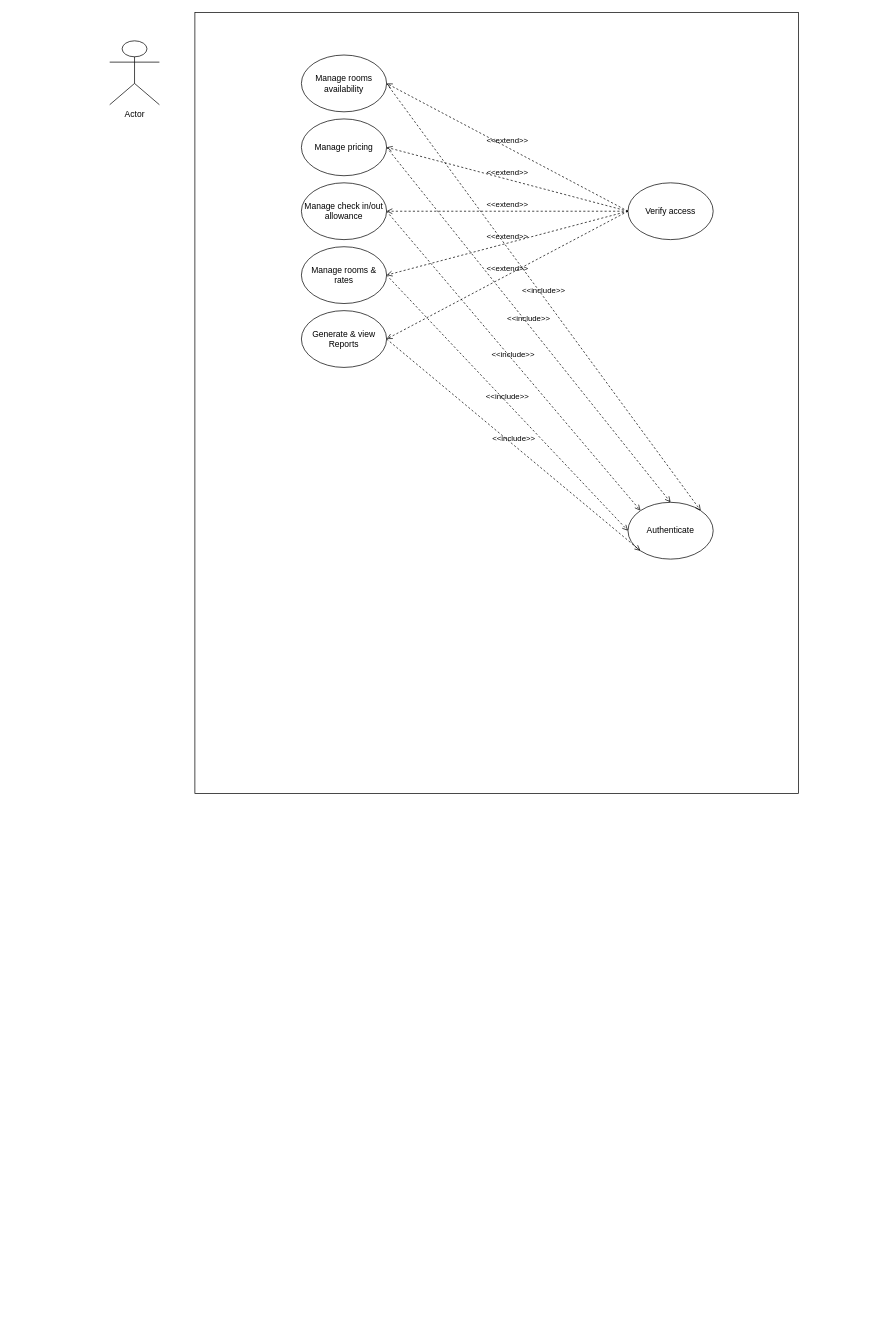
Above: use_case_diagram.drawio in jawharhmidi02/resrvy_diagrams (draw.io), before the change. Source tidied: cells renumbered, new cells numbered last; positions are measured from the earlier drawing's top-left corner, leaving out a move shared by most shapes. Both pictures are drawn from the tidied source at 71%, with x=0, y=0 at pixel (109, 12).
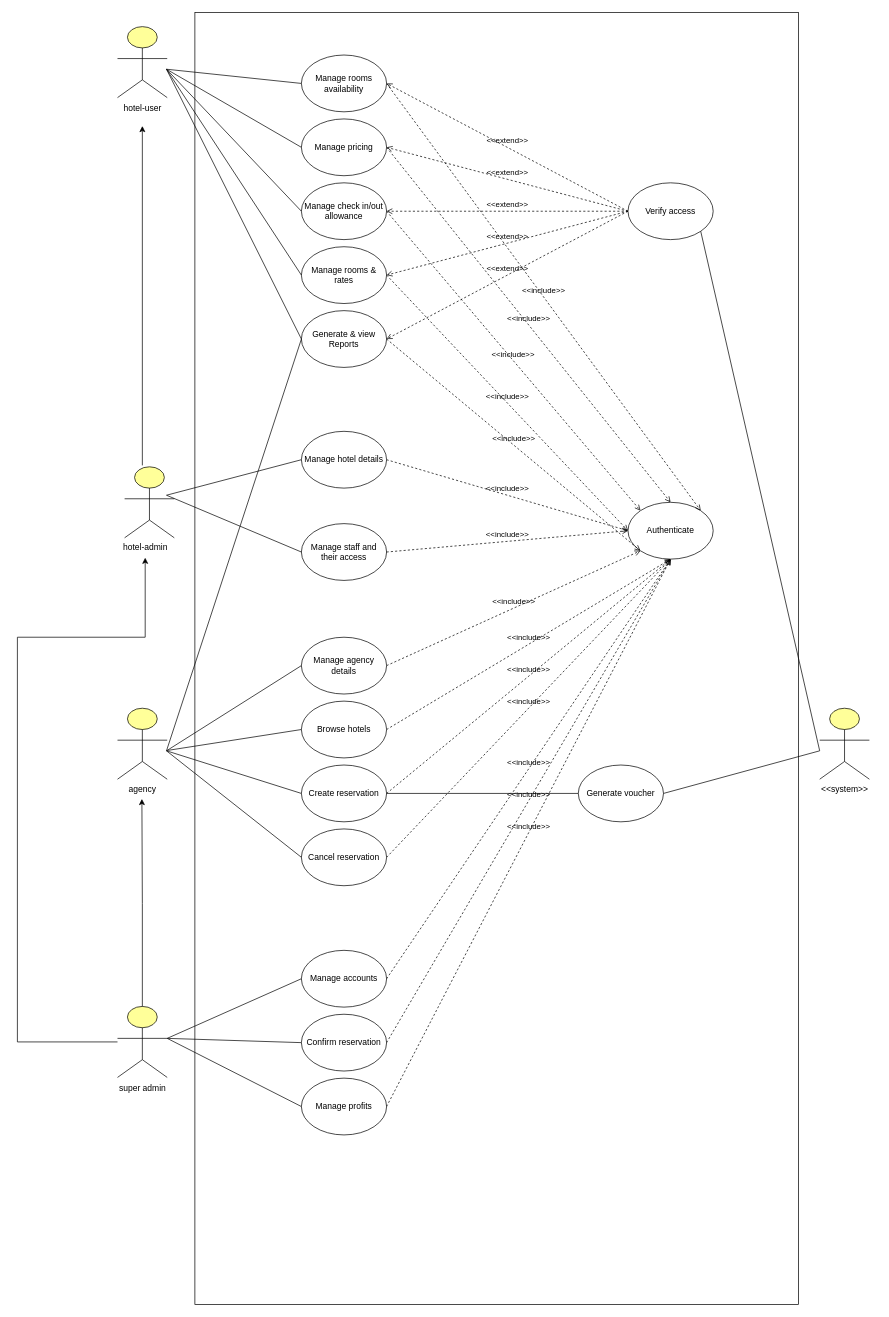
The same page after the edit.

The change refers to these unchanged cells:
```xml
<mxCell id="4" value="Manage rooms availability" style="ellipse;whiteSpace=wrap;html=1;" parent="1" vertex="1">
  <mxGeometry x="270" y="60" width="120" height="80" as="geometry" />
</mxCell>
<mxCell id="5" value="Manage pricing" style="ellipse;whiteSpace=wrap;html=1;" parent="1" vertex="1">
  <mxGeometry x="270" y="150" width="120" height="80" as="geometry" />
</mxCell>
<mxCell id="6" value="Manage check in/out allowance" style="ellipse;whiteSpace=wrap;html=1;" parent="1" vertex="1">
  <mxGeometry x="270" y="240" width="120" height="80" as="geometry" />
</mxCell>
<mxCell id="7" value="Manage rooms &amp;amp; rates" style="ellipse;whiteSpace=wrap;html=1;" parent="1" vertex="1">
  <mxGeometry x="270" y="330" width="120" height="80" as="geometry" />
</mxCell>
<mxCell id="8" value="Generate &amp;amp; view Reports" style="ellipse;whiteSpace=wrap;html=1;" parent="1" vertex="1">
  <mxGeometry x="270" y="420" width="120" height="80" as="geometry" />
</mxCell>
<mxCell id="9" value="Verify access" style="ellipse;whiteSpace=wrap;html=1;" parent="1" vertex="1">
  <mxGeometry x="730" y="240" width="120" height="80" as="geometry" />
</mxCell>
<mxCell id="10" value="Authenticate" style="ellipse;whiteSpace=wrap;html=1;" parent="1" vertex="1">
  <mxGeometry x="730" y="690" width="120" height="80" as="geometry" />
</mxCell>
```

The edit, as a diff of the source:
```diff
@@
     <mxCell id="2" style="rounded=0;whiteSpace=wrap;html=1;" parent="1" vertex="1">
-      <mxGeometry x="120" width="850" height="1100" as="geometry" />
+      <mxGeometry x="120" width="850" height="1820" as="geometry" />
     </mxCell>
-    <mxCell id="3" value="Actor" style="shape=umlActor;verticalLabelPosition=bottom;verticalAlign=top;html=1;" parent="1" vertex="1">
-      <mxGeometry y="40" width="70" height="90" as="geometry" />
-    </mxCell>
@@
+    <mxCell id="21" style="endArrow=none;html=1;rounded=0;entryX=0;entryY=0.5;entryDx=0;entryDy=0;" parent="1" edge="1" target="4">
+      <mxGeometry relative="1" as="geometry">
+        <mxPoint x="80" y="80" as="sourcePoint" />
+      </mxGeometry>
+    </mxCell>
+    <mxCell id="22" style="endArrow=none;html=1;rounded=0;entryX=0;entryY=0.5;entryDx=0;entryDy=0;" parent="1" edge="1" target="5">
+      <mxGeometry relative="1" as="geometry">
+        <mxPoint x="80" y="80" as="sourcePoint" />
+      </mxGeometry>
+    </mxCell>
+    <mxCell id="23" style="endArrow=none;html=1;rounded=0;entryX=0;entryY=0.5;entryDx=0;entryDy=0;" parent="1" edge="1" target="6">
+      <mxGeometry relative="1" as="geometry">
+        <mxPoint x="80" y="80" as="sourcePoint" />
+      </mxGeometry>
+    </mxCell>
+    <mxCell id="24" style="endArrow=none;html=1;rounded=0;entryX=0;entryY=0.5;entryDx=0;entryDy=0;" parent="1" edge="1" target="7">
+      <mxGeometry relative="1" as="geometry">
+        <mxPoint x="80" y="80" as="sourcePoint" />
+      </mxGeometry>
+    </mxCell>
+    <mxCell id="25" style="endArrow=none;html=1;rounded=0;entryX=0;entryY=0.5;entryDx=0;entryDy=0;" parent="1" edge="1" target="8">
+      <mxGeometry relative="1" as="geometry">
+        <mxPoint x="80" y="80" as="sourcePoint" />
+      </mxGeometry>
+    </mxCell>
+    <mxCell id="26" style="edgeStyle=orthogonalEdgeStyle;rounded=0;orthogonalLoop=1;jettySize=auto;html=1;" parent="1" edge="1">
+      <mxGeometry relative="1" as="geometry">
+        <mxPoint x="46" y="638" as="sourcePoint" />
+        <mxPoint x="46" y="160" as="targetPoint" />
+      </mxGeometry>
+    </mxCell>
+    <mxCell id="27" value="Manage hotel details" style="ellipse;whiteSpace=wrap;html=1;" parent="1" vertex="1">
+      <mxGeometry x="270" y="590" width="120" height="80" as="geometry" />
+    </mxCell>
+    <mxCell id="28" value="&lt;div&gt;Manage staff and their access&lt;/div&gt;" style="ellipse;whiteSpace=wrap;html=1;" parent="1" vertex="1">
+      <mxGeometry x="270" y="720" width="120" height="80" as="geometry" />
+    </mxCell>
+    <mxCell id="29" value="&amp;lt;&amp;lt;include&amp;gt;&amp;gt;" style="html=1;verticalAlign=bottom;labelBackgroundColor=none;endArrow=open;endFill=0;dashed=1;rounded=0;entryX=0;entryY=0.5;entryDx=0;entryDy=0;exitX=1;exitY=0.5;exitDx=0;exitDy=0;" parent="1" edge="1" source="27" target="10">
+      <mxGeometry relative="1" as="geometry" />
+    </mxCell>
+    <mxCell id="30" value="&amp;lt;&amp;lt;include&amp;gt;&amp;gt;" style="html=1;verticalAlign=bottom;labelBackgroundColor=none;endArrow=open;endFill=0;dashed=1;rounded=0;exitX=1;exitY=0.5;exitDx=0;exitDy=0;" parent="1" edge="1" source="28">
+      <mxGeometry relative="1" as="geometry">
+        <mxPoint x="730" y="730" as="targetPoint" />
+      </mxGeometry>
+    </mxCell>
+    <mxCell id="31" style="endArrow=none;html=1;rounded=0;entryX=0;entryY=0.5;entryDx=0;entryDy=0;" parent="1" edge="1" target="27">
+      <mxGeometry relative="1" as="geometry">
+        <mxPoint x="80" y="680" as="sourcePoint" />
+      </mxGeometry>
+    </mxCell>
+    <mxCell id="32" style="endArrow=none;html=1;rounded=0;entryX=0;entryY=0.5;entryDx=0;entryDy=0;" parent="1" edge="1" target="28">
+      <mxGeometry relative="1" as="geometry">
+        <mxPoint x="80" y="680" as="sourcePoint" />
+      </mxGeometry>
+    </mxCell>
+    <mxCell id="33" value="&lt;div&gt;Manage agency details&lt;/div&gt;" style="ellipse;whiteSpace=wrap;html=1;" parent="1" vertex="1">
+      <mxGeometry x="270" y="880" width="120" height="80" as="geometry" />
+    </mxCell>
+    <mxCell id="34" value="Browse hotels" style="ellipse;whiteSpace=wrap;html=1;" parent="1" vertex="1">
+      <mxGeometry x="270" y="970" width="120" height="80" as="geometry" />
+    </mxCell>
+    <mxCell id="35" value="Create reservation" style="ellipse;whiteSpace=wrap;html=1;" parent="1" vertex="1">
+      <mxGeometry x="270" y="1060" width="120" height="80" as="geometry" />
+    </mxCell>
+    <mxCell id="36" value="Cancel reservation" style="ellipse;whiteSpace=wrap;html=1;" parent="1" vertex="1">
+      <mxGeometry x="270" y="1150" width="120" height="80" as="geometry" />
+    </mxCell>
+    <mxCell id="37" style="endArrow=none;html=1;rounded=0;entryX=0;entryY=0.5;entryDx=0;entryDy=0;" parent="1" edge="1" target="33">
+      <mxGeometry relative="1" as="geometry">
+        <mxPoint x="80" y="1040" as="sourcePoint" />
+      </mxGeometry>
+    </mxCell>
+    <mxCell id="38" style="endArrow=none;html=1;rounded=0;entryX=0;entryY=0.5;entryDx=0;entryDy=0;" parent="1" edge="1" target="34">
+      <mxGeometry relative="1" as="geometry">
+        <mxPoint x="81" y="1039.5" as="sourcePoint" />
+      </mxGeometry>
+    </mxCell>
+    <mxCell id="39" style="endArrow=none;html=1;rounded=0;entryX=0;entryY=0.5;entryDx=0;entryDy=0;" parent="1" edge="1" target="35">
+      <mxGeometry relative="1" as="geometry">
+        <mxPoint x="80" y="1040" as="sourcePoint" />
+      </mxGeometry>
+    </mxCell>
+    <mxCell id="40" style="endArrow=none;html=1;rounded=0;entryX=0;entryY=0.5;entryDx=0;entryDy=0;" parent="1" edge="1" target="36">
+      <mxGeometry relative="1" as="geometry">
+        <mxPoint x="80" y="1040" as="sourcePoint" />
+      </mxGeometry>
+    </mxCell>
+    <mxCell id="41" value="&amp;lt;&amp;lt;include&amp;gt;&amp;gt;" style="html=1;verticalAlign=bottom;labelBackgroundColor=none;endArrow=open;endFill=0;dashed=1;rounded=0;exitX=1;exitY=0.5;exitDx=0;exitDy=0;entryX=0;entryY=1;entryDx=0;entryDy=0;" parent="1" edge="1" source="33" target="10">
+      <mxGeometry relative="1" as="geometry" />
+    </mxCell>
+    <mxCell id="42" value="&amp;lt;&amp;lt;include&amp;gt;&amp;gt;" style="html=1;verticalAlign=bottom;labelBackgroundColor=none;endArrow=open;endFill=0;dashed=1;rounded=0;exitX=1;exitY=0.5;exitDx=0;exitDy=0;entryX=0.5;entryY=1;entryDx=0;entryDy=0;" parent="1" edge="1" source="34" target="10">
+      <mxGeometry relative="1" as="geometry" />
+    </mxCell>
+    <mxCell id="43" value="&amp;lt;&amp;lt;include&amp;gt;&amp;gt;" style="html=1;verticalAlign=bottom;labelBackgroundColor=none;endArrow=open;endFill=0;dashed=1;rounded=0;exitX=1;exitY=0.5;exitDx=0;exitDy=0;entryX=0.5;entryY=1;entryDx=0;entryDy=0;" parent="1" edge="1" source="35" target="10">
+      <mxGeometry relative="1" as="geometry" />
+    </mxCell>
+    <mxCell id="44" value="&amp;lt;&amp;lt;include&amp;gt;&amp;gt;" style="html=1;verticalAlign=bottom;labelBackgroundColor=none;endArrow=open;endFill=0;dashed=1;rounded=0;exitX=1;exitY=0.5;exitDx=0;exitDy=0;" parent="1" edge="1" source="36">
+      <mxGeometry relative="1" as="geometry">
+        <mxPoint x="790" y="770" as="targetPoint" />
+      </mxGeometry>
+    </mxCell>
+    <mxCell id="45" style="endArrow=none;html=1;rounded=0;entryX=0;entryY=0.5;entryDx=0;entryDy=0;" parent="1" edge="1" target="8">
+      <mxGeometry relative="1" as="geometry">
+        <mxPoint x="80" y="1040" as="sourcePoint" />
+      </mxGeometry>
+    </mxCell>
+    <mxCell id="46" value="Generate voucher" style="ellipse;whiteSpace=wrap;html=1;" parent="1" vertex="1">
+      <mxGeometry x="660" y="1060" width="120" height="80" as="geometry" />
+    </mxCell>
+    <mxCell id="47" style="endArrow=none;html=1;rounded=0;exitX=1;exitY=0.5;exitDx=0;exitDy=0;entryX=0;entryY=0.5;entryDx=0;entryDy=0;" parent="1" edge="1" source="35" target="46">
+      <mxGeometry relative="1" as="geometry" />
+    </mxCell>
+    <mxCell id="48" style="endArrow=none;html=1;rounded=0;exitX=1;exitY=0.5;exitDx=0;exitDy=0;" parent="1" edge="1" source="46">
+      <mxGeometry relative="1" as="geometry">
+        <mxPoint x="1000" y="1040" as="targetPoint" />
+      </mxGeometry>
+    </mxCell>
+    <mxCell id="49" style="html=1;whiteSpace=wrap;fillColor=#ffff99;verticalLabelPosition=bottom;verticalAlign=top;align=center;shape=mxgraph.archimate3.actor;" parent="1" vertex="1">
+      <mxGeometry x="11" y="20" width="70" height="100" as="geometry" />
+    </mxCell>
+    <mxCell id="50" style="html=1;whiteSpace=wrap;fillColor=#ffff99;verticalLabelPosition=bottom;verticalAlign=top;align=center;shape=mxgraph.archimate3.actor;" parent="1" vertex="1">
+      <mxGeometry x="11" y="980" width="70" height="100" as="geometry" />
+    </mxCell>
+    <mxCell id="51" style="html=1;whiteSpace=wrap;fillColor=#ffff99;verticalLabelPosition=bottom;verticalAlign=top;align=center;shape=mxgraph.archimate3.actor;" parent="1" vertex="1">
+      <mxGeometry x="21" y="640" width="70" height="100" as="geometry" />
+    </mxCell>
+    <mxCell id="52" style="html=1;whiteSpace=wrap;fillColor=#ffff99;verticalLabelPosition=bottom;verticalAlign=top;align=center;shape=mxgraph.archimate3.actor;" parent="1" vertex="1">
+      <mxGeometry x="1000" y="980" width="70" height="100" as="geometry" />
+    </mxCell>
+    <mxCell id="53" value="hotel-user" style="text;html=1;align=center;verticalAlign=middle;strokeColor=none;fillColor=none;" parent="1" vertex="1">
+      <mxGeometry x="6" y="120" width="80" height="30" as="geometry" />
+    </mxCell>
+    <mxCell id="54" value="hotel-admin" style="text;html=1;align=center;verticalAlign=middle;points=[];strokeColor=none;fillColor=none;" parent="1" vertex="1">
+      <mxGeometry x="5" y="738" width="90" height="30" as="geometry" />
+    </mxCell>
+    <mxCell id="55" value="&lt;div&gt;agency&lt;/div&gt;" style="text;html=1;align=center;verticalAlign=middle;points=[];strokeColor=none;fillColor=none;" parent="1" vertex="1">
+      <mxGeometry x="16" y="1080" width="60" height="30" as="geometry" />
+    </mxCell>
+    <mxCell id="56" value="&amp;lt;&amp;lt;system&amp;gt;&amp;gt;" style="text;html=1;align=center;verticalAlign=middle;strokeColor=none;fillColor=none;" parent="1" vertex="1">
+      <mxGeometry x="990" y="1080" width="90" height="30" as="geometry" />
+    </mxCell>
+    <mxCell id="57" style="edgeStyle=orthogonalEdgeStyle;rounded=0;jettySize=auto;html=1;" parent="1" edge="1" source="58" target="54">
+      <mxGeometry relative="1" as="geometry">
+        <Array as="points">
+          <mxPoint x="-130" y="1450" />
+          <mxPoint x="-130" y="880" />
+          <mxPoint x="50" y="880" />
+        </Array>
+      </mxGeometry>
+    </mxCell>
+    <mxCell id="58" style="html=1;outlineConnect=0;whiteSpace=wrap;fillColor=#ffff99;verticalLabelPosition=bottom;verticalAlign=top;align=center;shape=mxgraph.archimate3.actor;" parent="1" vertex="1">
+      <mxGeometry x="11" y="1400" width="70" height="100" as="geometry" />
+    </mxCell>
+    <mxCell id="59" value="super admin" style="text;html=1;align=center;verticalAlign=middle;strokeColor=none;fillColor=none;" parent="1" vertex="1">
+      <mxGeometry x="1" y="1500" width="90" height="30" as="geometry" />
+    </mxCell>
+    <mxCell id="60" style="edgeStyle=orthogonalEdgeStyle;rounded=0;jettySize=auto;html=1;entryX=0.489;entryY=0.925;entryDx=0;entryDy=0;entryPerimeter=0;" parent="1" edge="1" source="58" target="55">
+      <mxGeometry relative="1" as="geometry" />
+    </mxCell>
+    <mxCell id="61" value="&lt;div&gt;Manage accounts&lt;/div&gt;" style="ellipse;whiteSpace=wrap;html=1;" parent="1" vertex="1">
+      <mxGeometry x="270" y="1321" width="120" height="80" as="geometry" />
+    </mxCell>
+    <mxCell id="62" value="Confirm reservation" style="ellipse;whiteSpace=wrap;html=1;" parent="1" vertex="1">
+      <mxGeometry x="270" y="1411" width="120" height="80" as="geometry" />
+    </mxCell>
+    <mxCell id="63" value="Manage profits" style="ellipse;whiteSpace=wrap;html=1;" parent="1" vertex="1">
+      <mxGeometry x="270" y="1501" width="120" height="80" as="geometry" />
+    </mxCell>
+    <mxCell id="64" style="endArrow=none;html=1;rounded=0;entryX=0;entryY=0.5;entryDx=0;entryDy=0;exitX=1;exitY=0.45;exitDx=0;exitDy=0;exitPerimeter=0;" parent="1" edge="1" source="58" target="61">
+      <mxGeometry relative="1" as="geometry" />
+    </mxCell>
+    <mxCell id="65" style="endArrow=none;html=1;rounded=0;entryX=0;entryY=0.5;entryDx=0;entryDy=0;exitX=1;exitY=0.45;exitDx=0;exitDy=0;exitPerimeter=0;" parent="1" edge="1" source="58" target="62">
+      <mxGeometry relative="1" as="geometry" />
+    </mxCell>
+    <mxCell id="66" style="endArrow=none;html=1;rounded=0;entryX=0;entryY=0.5;entryDx=0;entryDy=0;exitX=1;exitY=0.45;exitDx=0;exitDy=0;exitPerimeter=0;" parent="1" edge="1" source="58" target="63">
+      <mxGeometry relative="1" as="geometry" />
+    </mxCell>
+    <mxCell id="67" style="endArrow=none;html=1;rounded=0;entryX=1;entryY=1;entryDx=0;entryDy=0;" parent="1" edge="1" target="9">
+      <mxGeometry relative="1" as="geometry">
+        <mxPoint x="1000" y="1040" as="sourcePoint" />
+      </mxGeometry>
+    </mxCell>
+    <mxCell id="68" value="&amp;lt;&amp;lt;include&amp;gt;&amp;gt;" style="html=1;verticalAlign=bottom;labelBackgroundColor=none;endArrow=open;endFill=0;dashed=1;rounded=0;exitX=1;exitY=0.5;exitDx=0;exitDy=0;entryX=0.5;entryY=1;entryDx=0;entryDy=0;" parent="1" edge="1" source="61" target="10">
+      <mxGeometry relative="1" as="geometry" />
+    </mxCell>
+    <mxCell id="69" value="&amp;lt;&amp;lt;include&amp;gt;&amp;gt;" style="html=1;verticalAlign=bottom;labelBackgroundColor=none;endArrow=open;endFill=0;dashed=1;rounded=0;exitX=1;exitY=0.5;exitDx=0;exitDy=0;entryX=0.5;entryY=1;entryDx=0;entryDy=0;" parent="1" edge="1" source="62" target="10">
+      <mxGeometry relative="1" as="geometry" />
+    </mxCell>
+    <mxCell id="70" value="&amp;lt;&amp;lt;include&amp;gt;&amp;gt;" style="html=1;verticalAlign=bottom;labelBackgroundColor=none;endArrow=open;endFill=0;dashed=1;rounded=0;exitX=1;exitY=0.5;exitDx=0;exitDy=0;entryX=0.5;entryY=1;entryDx=0;entryDy=0;" parent="1" edge="1" source="63" target="10">
+      <mxGeometry relative="1" as="geometry" />
+    </mxCell>
```
